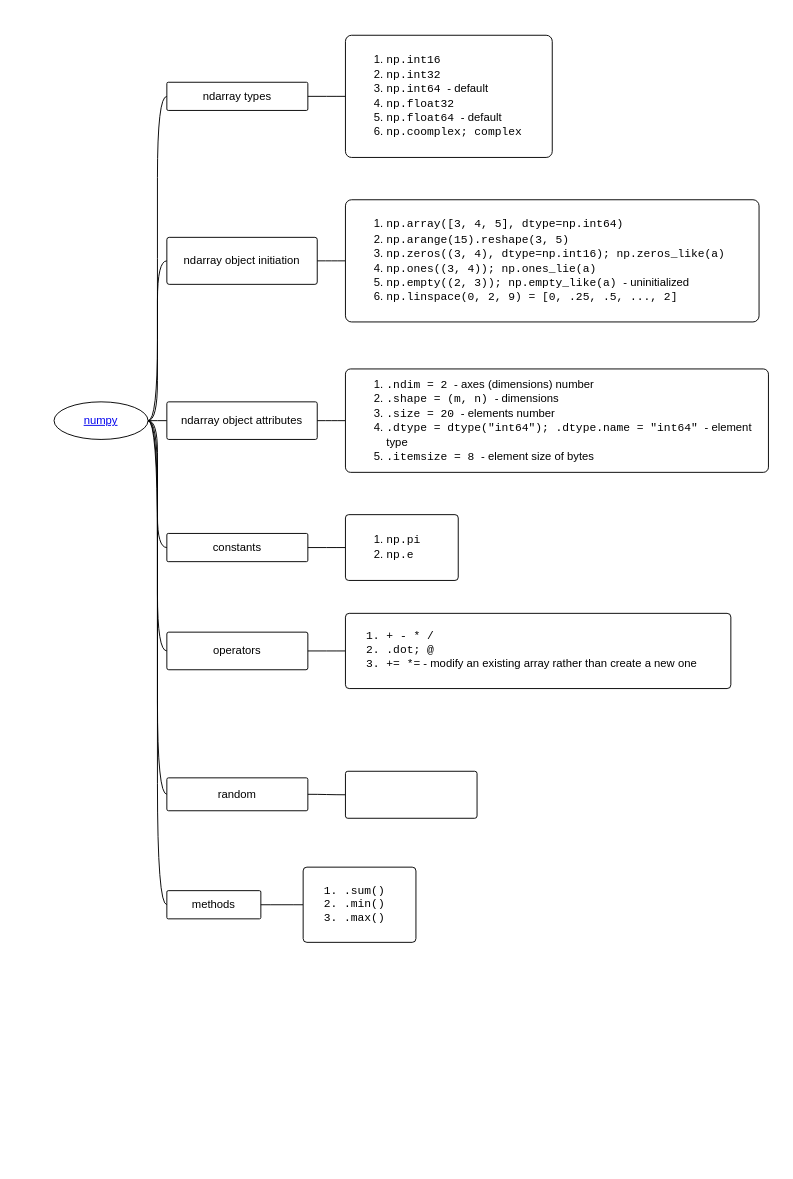
Earlier version of the draw.io diagram languages/python/stat.drawio (yangdj/tf_docs). Source tidied: cells renumbered, new cells numbered last; positions are measured from the earlier drawing's top-left corner, leaving out a move shared by most shapes. Both pictures are drawn from the tidied source at 94%, with x=0, y=0 at pixel (16, 16).
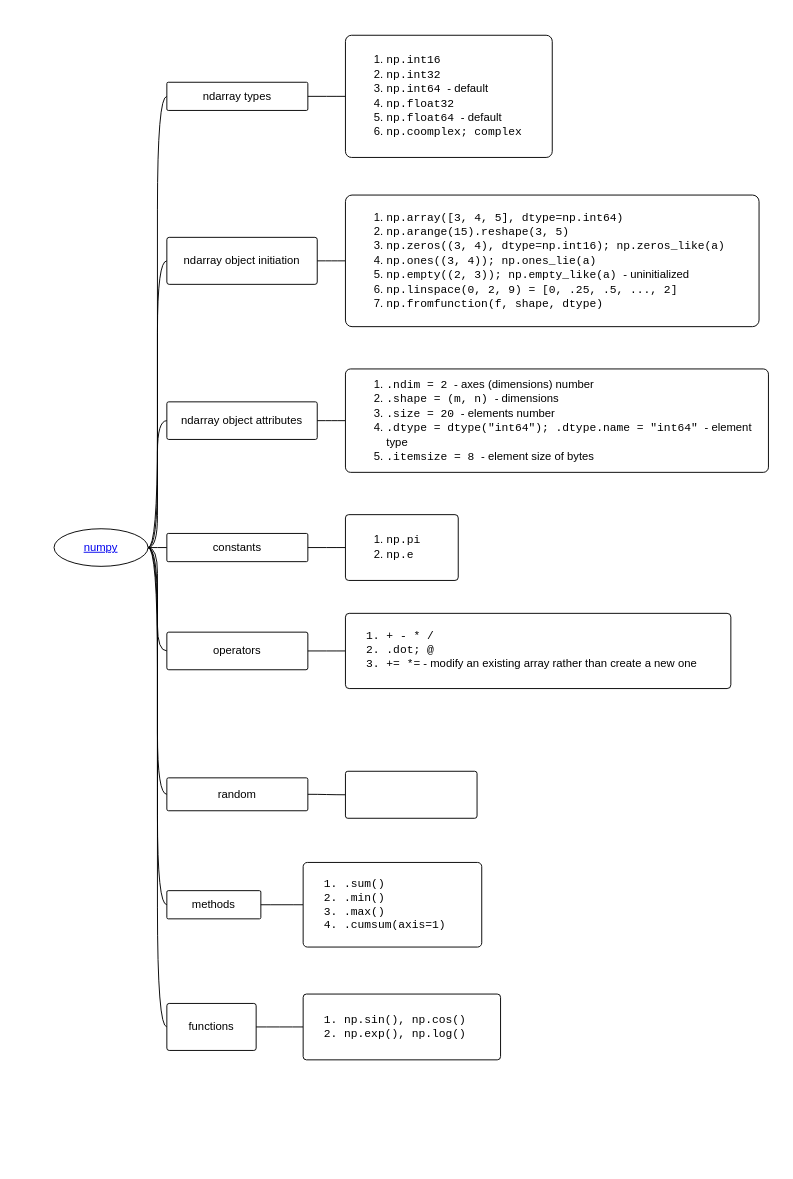
Above is the later version.

Change to the diagram source:
```diff
@@
     <mxCell id="2" style="swimlane;html=1;startSize=15;horizontal=1;containerType=tree;strokeColor=none;fillColor=none;" parent="1" vertex="1">
-      <mxGeometry width="810" height="1070" as="geometry" />
+      <mxGeometry width="810" height="1220" as="geometry" />
     </mxCell>
@@
     <mxCell id="4" value="&lt;a href=&quot;https://numpy.org&quot;&gt;numpy&lt;/a&gt;" style="ellipse;whiteSpace=wrap;html=1;align=center;newEdgeStyle={&quot;edgeStyle&quot;:&quot;entityRelationEdgeStyle&quot;,&quot;startArrow&quot;:&quot;none&quot;,&quot;endArrow&quot;:&quot;none&quot;,&quot;segment&quot;:10,&quot;curved&quot;:1};" parent="2" vertex="1">
-      <mxGeometry x="40" y="410" width="100" height="40" as="geometry" />
+      <mxGeometry x="40" y="545" width="100" height="40" as="geometry" />
     </mxCell>
@@
-    <mxCell id="15" value="&lt;div&gt;&lt;ol&gt;&lt;li&gt;&lt;font face=&quot;Courier New&quot;&gt;np.array([3, 4, 5], dtype=np.int64)&lt;/font&gt;&lt;/li&gt;&lt;li&gt;&lt;font face=&quot;Courier New&quot;&gt;np.arange(15).reshape(3, 5)&lt;/font&gt;&lt;/li&gt;&lt;li&gt;&lt;font face=&quot;Courier New&quot;&gt;np.zeros((3, 4), dtype=np.int16); np.zeros_like(a)&lt;/font&gt;&lt;/li&gt;&lt;li&gt;&lt;font face=&quot;Courier New&quot;&gt;np.ones((3, 4)); np.ones_lie(a)&lt;/font&gt;&lt;/li&gt;&lt;li&gt;&lt;font face=&quot;Courier New&quot;&gt;np.empty((2, 3)); np.empty_like(a)&amp;nbsp;&lt;/font&gt;- uninitialized&lt;/li&gt;&lt;li&gt;&lt;font face=&quot;Courier New&quot;&gt;np.linspace(0, 2, 9) = [0, .25, .5, ..., 2]&lt;/font&gt;&lt;/li&gt;&lt;/ol&gt;&lt;/div&gt;" style="whiteSpace=wrap;html=1;rounded=1;arcSize=5;align=left;verticalAlign=middle;strokeWidth=1;spacing=4;newEdgeStyle={&quot;edgeStyle&quot;:&quot;entityRelationEdgeStyle&quot;,&quot;startArrow&quot;:&quot;none&quot;,&quot;endArrow&quot;:&quot;none&quot;,&quot;segment&quot;:10,&quot;curved&quot;:1};direction=east;" parent="2" vertex="1">
-      <mxGeometry x="350" y="195" width="440" height="130" as="geometry" />
+    <mxCell id="15" value="&lt;div&gt;&lt;ol&gt;&lt;li&gt;&lt;font face=&quot;Courier New&quot;&gt;np.array([3, 4, 5], dtype=np.int64)&lt;/font&gt;&lt;/li&gt;&lt;li&gt;&lt;font face=&quot;Courier New&quot;&gt;np.arange(15).reshape(3, 5)&lt;/font&gt;&lt;/li&gt;&lt;li&gt;&lt;font face=&quot;Courier New&quot;&gt;np.zeros((3, 4), dtype=np.int16); np.zeros_like(a)&lt;/font&gt;&lt;/li&gt;&lt;li&gt;&lt;font face=&quot;Courier New&quot;&gt;np.ones((3, 4)); np.ones_lie(a)&lt;/font&gt;&lt;/li&gt;&lt;li&gt;&lt;font face=&quot;Courier New&quot;&gt;np.empty((2, 3)); np.empty_like(a)&amp;nbsp;&lt;/font&gt;- uninitialized&lt;/li&gt;&lt;li&gt;&lt;font face=&quot;Courier New&quot;&gt;np.linspace(0, 2, 9) = [0, .25, .5, ..., 2]&lt;/font&gt;&lt;/li&gt;&lt;li&gt;&lt;font face=&quot;Courier New&quot;&gt;np.fromfunction(f, shape, dtype)&lt;/font&gt;&lt;/li&gt;&lt;/ol&gt;&lt;/div&gt;" style="whiteSpace=wrap;html=1;rounded=1;arcSize=5;align=left;verticalAlign=middle;strokeWidth=1;spacing=4;newEdgeStyle={&quot;edgeStyle&quot;:&quot;entityRelationEdgeStyle&quot;,&quot;startArrow&quot;:&quot;none&quot;,&quot;endArrow&quot;:&quot;none&quot;,&quot;segment&quot;:10,&quot;curved&quot;:1};direction=east;" parent="2" vertex="1">
+      <mxGeometry x="350" y="190" width="440" height="140" as="geometry" />
     </mxCell>
@@
-    <mxCell id="31" value="&lt;p&gt;&lt;/p&gt;&lt;ol&gt;&lt;li&gt;.sum()&lt;/li&gt;&lt;li&gt;.min()&lt;/li&gt;&lt;li&gt;.max()&lt;/li&gt;&lt;/ol&gt;&lt;p&gt;&lt;/p&gt;" style="whiteSpace=wrap;html=1;rounded=1;arcSize=5;align=left;verticalAlign=middle;strokeWidth=1;spacing=4;newEdgeStyle={&quot;edgeStyle&quot;:&quot;entityRelationEdgeStyle&quot;,&quot;startArrow&quot;:&quot;none&quot;,&quot;endArrow&quot;:&quot;none&quot;,&quot;segment&quot;:10,&quot;curved&quot;:1};fontFamily=Courier New;" parent="2" vertex="1">
-      <mxGeometry x="305" y="905" width="120" height="80" as="geometry" />
+    <mxCell id="31" value="&lt;p&gt;&lt;/p&gt;&lt;ol&gt;&lt;li&gt;.sum()&lt;/li&gt;&lt;li&gt;.min()&lt;/li&gt;&lt;li&gt;.max()&lt;/li&gt;&lt;li&gt;.cumsum(axis=1)&lt;/li&gt;&lt;/ol&gt;&lt;p&gt;&lt;/p&gt;" style="whiteSpace=wrap;html=1;rounded=1;arcSize=5;align=left;verticalAlign=middle;strokeWidth=1;spacing=4;newEdgeStyle={&quot;edgeStyle&quot;:&quot;entityRelationEdgeStyle&quot;,&quot;startArrow&quot;:&quot;none&quot;,&quot;endArrow&quot;:&quot;none&quot;,&quot;segment&quot;:10,&quot;curved&quot;:1};fontFamily=Courier New;" parent="2" vertex="1">
+      <mxGeometry x="305" y="900" width="190" height="90" as="geometry" />
     </mxCell>
+    <mxCell id="32" style="edgeStyle=entityRelationEdgeStyle;startArrow=none;endArrow=none;segment=10;curved=1;" parent="2" edge="1" source="4" target="33">
+      <mxGeometry relative="1" as="geometry" />
+    </mxCell>
+    <mxCell id="33" value="&lt;p&gt;functions&lt;/p&gt;" style="whiteSpace=wrap;html=1;rounded=1;arcSize=5;align=center;verticalAlign=middle;strokeWidth=1;spacing=4;newEdgeStyle={&quot;edgeStyle&quot;:&quot;entityRelationEdgeStyle&quot;,&quot;startArrow&quot;:&quot;none&quot;,&quot;endArrow&quot;:&quot;none&quot;,&quot;segment&quot;:10,&quot;curved&quot;:1};" parent="2" vertex="1">
+      <mxGeometry x="160" y="1050" width="95" height="50" as="geometry" />
+    </mxCell>
+    <mxCell id="34" style="edgeStyle=entityRelationEdgeStyle;startArrow=none;endArrow=none;segment=10;curved=1;" parent="2" edge="1" source="33" target="35">
+      <mxGeometry relative="1" as="geometry" />
+    </mxCell>
+    <mxCell id="35" value="&lt;p&gt;&lt;/p&gt;&lt;ol&gt;&lt;li&gt;np.sin(), np.cos()&lt;/li&gt;&lt;li&gt;np.exp(), np.log()&lt;/li&gt;&lt;/ol&gt;&lt;p&gt;&lt;/p&gt;" style="whiteSpace=wrap;html=1;rounded=1;arcSize=5;align=left;verticalAlign=middle;strokeWidth=1;spacing=4;newEdgeStyle={&quot;edgeStyle&quot;:&quot;entityRelationEdgeStyle&quot;,&quot;startArrow&quot;:&quot;none&quot;,&quot;endArrow&quot;:&quot;none&quot;,&quot;segment&quot;:10,&quot;curved&quot;:1};fontFamily=Courier New;" parent="2" vertex="1">
+      <mxGeometry x="305" y="1040" width="210" height="70" as="geometry" />
+    </mxCell>
```
